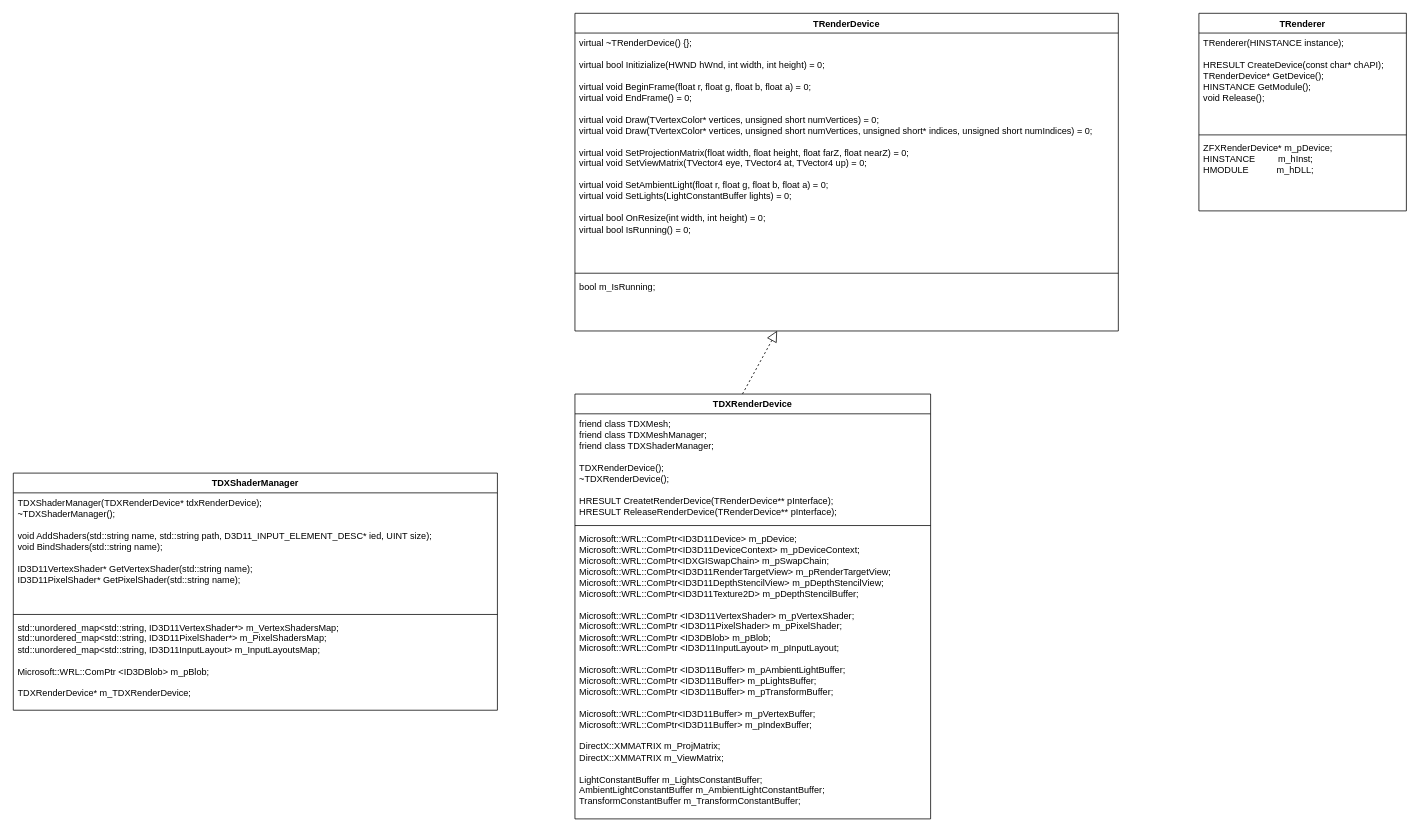
Above: UML/TRenderer(New light).drawio in f1oating/TRender (draw.io), before the change. Source tidied: cells renumbered, new cells numbered last; positions are measured from the earlier drawing's top-left corner, leaving out a move shared by most shapes. Both pictures are drawn from the tidied source at 76%, with x=0, y=0 at pixel (13, 13).
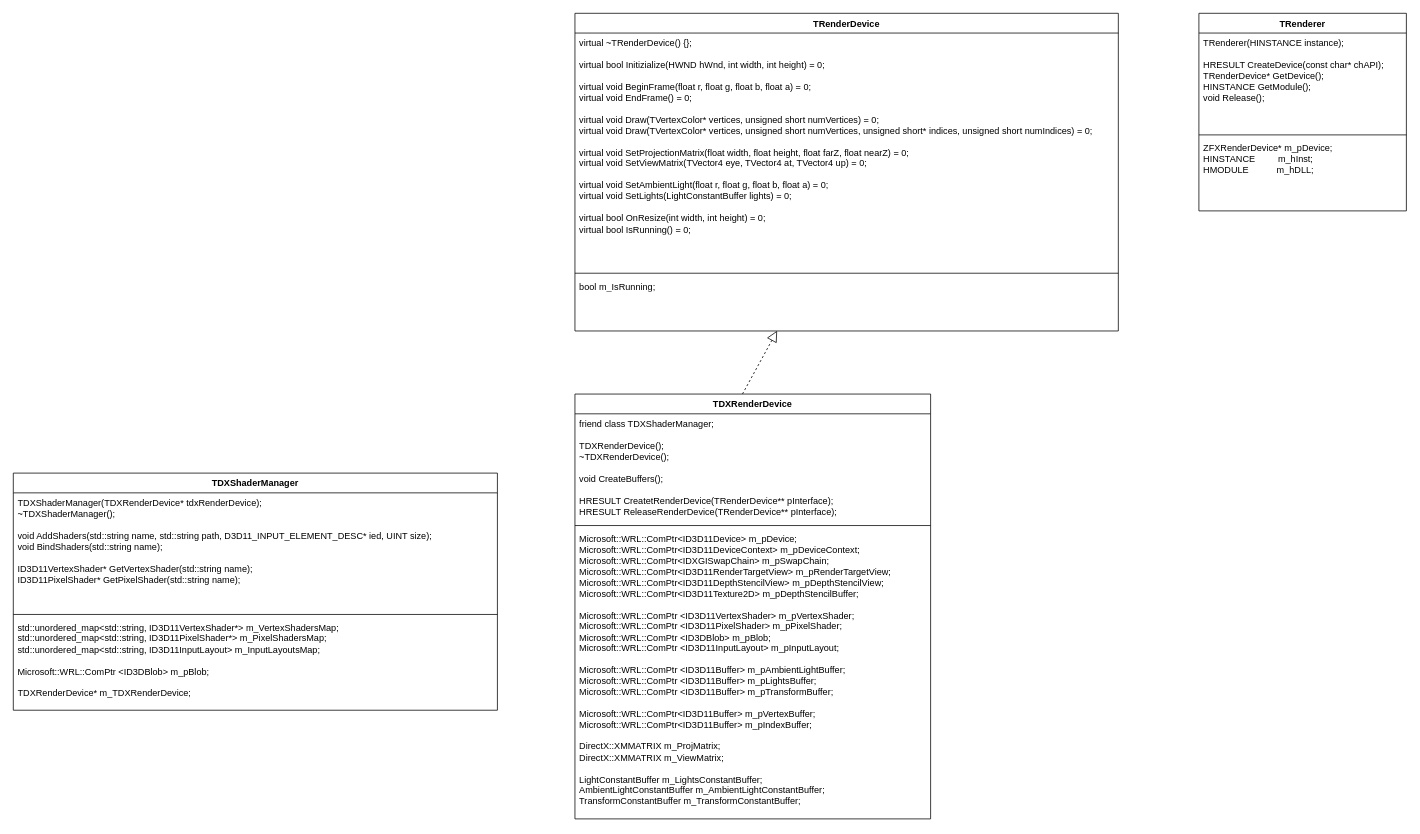
The same diagram, later.

What changed in the source:
```diff
@@
 <mxGraphModel>
   <root>
     <mxCell id="0" />
     <mxCell id="1" parent="0" />
     <mxCell id="2" value="TRenderDevice" style="swimlane;fontStyle=1;align=center;verticalAlign=top;horizontal=1;startSize=26;whiteSpace=wrap;html=1;" parent="1" vertex="1">
       <mxGeometry x="739" width="715" height="418" as="geometry" />
     </mxCell>
     <mxCell id="3" value="&lt;div&gt;virtual ~TRenderDevice() {};&lt;br&gt;&lt;/div&gt;&lt;div&gt;&lt;br&gt;&lt;/div&gt;&lt;div&gt;virtual bool Initizialize(HWND hWnd, int width, int height) = 0;&lt;/div&gt;&lt;div&gt;&lt;br&gt;&lt;/div&gt;&lt;div&gt;virtual void BeginFrame(float r, float g, float b, float a) = 0;&lt;/div&gt;&lt;div&gt;virtual void EndFrame() = 0;&lt;/div&gt;&lt;div&gt;&lt;br&gt;&lt;/div&gt;&lt;div&gt;virtual void Draw(TVertexColor* vertices, unsigned short numVertices) = 0;&lt;br&gt;&lt;/div&gt;&lt;div&gt;virtual void Draw(TVertexColor* vertices, unsigned short numVertices, unsigned short* indices, unsigned short numIndices) = 0;&lt;br&gt;&lt;/div&gt;&lt;div&gt;&lt;br&gt;&lt;/div&gt;&lt;div&gt;virtual void SetProjectionMatrix(float width, float height, float farZ, float nearZ) = 0;&lt;/div&gt;&lt;div&gt;virtual void SetViewMatrix(TVector4 eye, TVector4 at, TVector4 up) = 0;&lt;br&gt;&lt;/div&gt;&lt;div&gt;&lt;br&gt;&lt;/div&gt;&lt;div&gt;virtual void SetAmbientLight(float r, float g, float b, float a) = 0;&lt;/div&gt;&lt;div&gt;virtual void SetLights(LightConstantBuffer lights) = 0;&lt;br&gt;&lt;/div&gt;&lt;div&gt;&lt;br&gt;&lt;/div&gt;&lt;div&gt;virtual bool OnResize(int width, int height) = 0;&lt;/div&gt;&lt;div&gt;virtual bool IsRunning() = 0;&lt;br&gt;&lt;/div&gt;" style="text;strokeColor=none;fillColor=none;align=left;verticalAlign=top;spacingLeft=4;spacingRight=4;overflow=hidden;whiteSpace=wrap;html=1;" parent="2" vertex="1">
       <mxGeometry y="26" width="715" height="312" as="geometry" />
     </mxCell>
     <mxCell id="4" style="line;strokeWidth=1;fillColor=none;align=left;verticalAlign=middle;spacingTop=-1;spacingLeft=3;spacingRight=3;labelPosition=right;strokeColor=inherit;" parent="2" vertex="1">
       <mxGeometry y="338" width="715" height="8" as="geometry" />
     </mxCell>
     <mxCell id="5" value="&lt;div&gt;bool m_IsRunning;&lt;br&gt;&lt;/div&gt;" style="text;strokeColor=none;fillColor=none;align=left;verticalAlign=top;spacingLeft=4;spacingRight=4;overflow=hidden;points=[[0,0.5],[1,0.5]];portConstraint=eastwest;whiteSpace=wrap;html=1;" parent="2" vertex="1">
       <mxGeometry y="346" width="715" height="72" as="geometry" />
     </mxCell>
     <mxCell id="6" style="endArrow=block;dashed=1;endFill=0;endSize=12;html=1;rounded=0;entryX=0.372;entryY=0.997;entryDx=0;entryDy=0;entryPerimeter=0;exitX=0.471;exitY=0;exitDx=0;exitDy=0;exitPerimeter=0;" parent="1" edge="1" source="7" target="5">
       <mxGeometry relative="1" as="geometry" />
     </mxCell>
     <mxCell id="7" value="TDXRenderDevice" style="swimlane;fontStyle=1;align=center;verticalAlign=top;horizontal=1;startSize=26;whiteSpace=wrap;html=1;" parent="1" vertex="1">
       <mxGeometry x="739" y="501" width="468" height="559" as="geometry" />
     </mxCell>
-    <mxCell id="8" value="&lt;div&gt;friend class TDXMesh;&lt;/div&gt;&lt;div&gt;friend class TDXMeshManager;&lt;/div&gt;&lt;div&gt;friend class TDXShaderManager;&lt;br&gt;&lt;/div&gt;&lt;div&gt;&lt;br&gt;&lt;/div&gt;&lt;div&gt;TDXRenderDevice();&lt;/div&gt;&lt;div&gt;~TDXRenderDevice();&lt;/div&gt;&lt;div&gt;&lt;br&gt;&lt;/div&gt;&lt;div&gt;HRESULT CreatetRenderDevice(TRenderDevice** pInterface);&amp;nbsp;&amp;nbsp;&amp;nbsp;&amp;nbsp;&lt;/div&gt;&lt;div&gt;HRESULT ReleaseRenderDevice(TRenderDevice** pInterface);&lt;br&gt;&lt;br&gt;&lt;/div&gt;" style="text;strokeColor=none;fillColor=none;align=left;verticalAlign=top;spacingLeft=4;spacingRight=4;overflow=hidden;whiteSpace=wrap;html=1;" parent="7" vertex="1">
+    <mxCell id="8" value="&lt;div&gt;friend class TDXShaderManager;&lt;br&gt;&lt;/div&gt;&lt;div&gt;&lt;br&gt;&lt;/div&gt;&lt;div&gt;TDXRenderDevice();&lt;/div&gt;&lt;div&gt;~TDXRenderDevice();&lt;/div&gt;&lt;div&gt;&lt;br&gt;&lt;/div&gt;&lt;div&gt;void CreateBuffers();&lt;br&gt;&lt;/div&gt;&lt;div&gt;&lt;br&gt;&lt;/div&gt;&lt;div&gt;HRESULT CreatetRenderDevice(TRenderDevice** pInterface);&amp;nbsp;&amp;nbsp;&amp;nbsp;&amp;nbsp;&lt;/div&gt;&lt;div&gt;HRESULT ReleaseRenderDevice(TRenderDevice** pInterface);&lt;br&gt;&lt;br&gt;&lt;/div&gt;" style="text;strokeColor=none;fillColor=none;align=left;verticalAlign=top;spacingLeft=4;spacingRight=4;overflow=hidden;whiteSpace=wrap;html=1;" parent="7" vertex="1">
       <mxGeometry y="26" width="468" height="143" as="geometry" />
     </mxCell>
     <mxCell id="9" style="line;strokeWidth=1;fillColor=none;align=left;verticalAlign=middle;spacingTop=-1;spacingLeft=3;spacingRight=3;labelPosition=right;strokeColor=inherit;" parent="7" vertex="1">
       <mxGeometry y="169" width="468" height="8" as="geometry" />
     </mxCell>
     <mxCell id="10" value="&lt;div&gt;Microsoft::WRL::ComPtr&amp;lt;ID3D11Device&amp;gt; m_pDevice; Microsoft::WRL::ComPtr&amp;lt;ID3D11DeviceContext&amp;gt; m_pDeviceContext; Microsoft::WRL::ComPtr&amp;lt;IDXGISwapChain&amp;gt; m_pSwapChain; Microsoft::WRL::ComPtr&amp;lt;ID3D11RenderTargetView&amp;gt; m_pRenderTargetView; Microsoft::WRL::ComPtr&amp;lt;ID3D11DepthStencilView&amp;gt; m_pDepthStencilView; Microsoft::WRL::ComPtr&amp;lt;ID3D11Texture2D&amp;gt; m_pDepthStencilBuffer;&lt;/div&gt;&lt;div&gt;&lt;br&gt;&lt;/div&gt;&lt;div&gt;Microsoft::WRL::ComPtr &amp;lt;ID3D11VertexShader&amp;gt; m_pVertexShader;&lt;br&gt;Microsoft::WRL::ComPtr &amp;lt;ID3D11PixelShader&amp;gt; m_pPixelShader;&lt;br&gt;Microsoft::WRL::ComPtr &amp;lt;ID3DBlob&amp;gt; m_pBlob;&lt;br&gt;Microsoft::WRL::ComPtr &amp;lt;ID3D11InputLayout&amp;gt; m_pInputLayout;&lt;br&gt;&lt;/div&gt;&lt;div&gt;&lt;br&gt;&lt;/div&gt;&lt;div&gt;Microsoft::WRL::ComPtr &amp;lt;ID3D11Buffer&amp;gt; m_pAmbientLightBuffer;&lt;/div&gt;&lt;div&gt;Microsoft::WRL::ComPtr &amp;lt;ID3D11Buffer&amp;gt; m_pLightsBuffer;&lt;br&gt;&lt;/div&gt;&lt;div&gt;Microsoft::WRL::ComPtr &amp;lt;ID3D11Buffer&amp;gt; m_pTransformBuffer;&lt;br&gt;&lt;br&gt;Microsoft::WRL::ComPtr&amp;lt;ID3D11Buffer&amp;gt; m_pVertexBuffer;&lt;br&gt;Microsoft::WRL::ComPtr&amp;lt;ID3D11Buffer&amp;gt; m_pIndexBuffer;&lt;br&gt;&lt;/div&gt;&lt;div&gt;&lt;br&gt;&lt;/div&gt;&lt;div&gt;DirectX::XMMATRIX m_ProjMatrix;&lt;br&gt;DirectX::XMMATRIX m_ViewMatrix;&lt;br&gt;&lt;/div&gt;&lt;div&gt;&lt;br&gt;&lt;/div&gt;&lt;div&gt;LightConstantBuffer m_LightsConstantBuffer;&lt;br&gt;AmbientLightConstantBuffer m_AmbientLightConstantBuffer;&lt;br&gt;TransformConstantBuffer m_TransformConstantBuffer;&lt;/div&gt;" style="text;strokeColor=none;fillColor=none;align=left;verticalAlign=top;spacingLeft=4;spacingRight=4;overflow=hidden;whiteSpace=wrap;html=1;" parent="7" vertex="1">
       <mxGeometry y="177" width="468" height="382" as="geometry" />
     </mxCell>
     <mxCell id="11" value="TRenderer" style="swimlane;fontStyle=1;align=center;verticalAlign=top;horizontal=1;startSize=26;whiteSpace=wrap;html=1;" parent="1" vertex="1">
       <mxGeometry x="1560" width="273" height="260" as="geometry" />
     </mxCell>
     <mxCell id="12" value="&lt;div&gt;TRenderer(HINSTANCE instance);&lt;/div&gt;&lt;div&gt;&lt;br&gt;&lt;/div&gt;&lt;div&gt;HRESULT CreateDevice(const char* chAPI);&lt;/div&gt;&lt;div&gt;TRenderDevice* GetDevice();&lt;/div&gt;&lt;div&gt;HINSTANCE GetModule();&lt;/div&gt;&lt;div&gt;void Release();&lt;br&gt;&lt;/div&gt;" style="text;strokeColor=none;fillColor=none;align=left;verticalAlign=top;spacingLeft=4;spacingRight=4;overflow=hidden;whiteSpace=wrap;html=1;" parent="11" vertex="1">
       <mxGeometry y="26" width="273" height="130" as="geometry" />
     </mxCell>
     <mxCell id="13" style="line;strokeWidth=1;fillColor=none;align=left;verticalAlign=middle;spacingTop=-1;spacingLeft=3;spacingRight=3;labelPosition=right;strokeColor=inherit;" parent="11" vertex="1">
       <mxGeometry y="156" width="273" height="8" as="geometry" />
     </mxCell>
     <mxCell id="14" value="ZFXRenderDevice* m_pDevice;&lt;br&gt;HINSTANCE&amp;nbsp;&amp;nbsp;&amp;nbsp;&amp;nbsp;&amp;nbsp;&amp;nbsp;&amp;nbsp;&amp;nbsp; m_hInst;&lt;br&gt;HMODULE&amp;nbsp;&amp;nbsp;&amp;nbsp;&amp;nbsp;&amp;nbsp;&amp;nbsp;&amp;nbsp;&amp;nbsp;&amp;nbsp;&amp;nbsp; m_hDLL;" style="text;strokeColor=none;fillColor=none;align=left;verticalAlign=top;spacingLeft=4;spacingRight=4;overflow=hidden;whiteSpace=wrap;html=1;" parent="11" vertex="1">
       <mxGeometry y="164" width="273" height="96" as="geometry" />
     </mxCell>
     <mxCell id="15" value="TDXShaderManager" style="swimlane;fontStyle=1;align=center;verticalAlign=top;horizontal=1;startSize=26;whiteSpace=wrap;html=1;" parent="1" vertex="1">
       <mxGeometry y="605" width="637" height="312" as="geometry" />
     </mxCell>
     <mxCell id="16" value="&lt;div&gt;TDXShaderManager(TDXRenderDevice* tdxRenderDevice);&lt;/div&gt;&lt;div&gt;~TDXShaderManager();&lt;/div&gt;&lt;div&gt;&lt;br&gt;&lt;/div&gt;&lt;div&gt;void AddShaders(std::string name, std::string path, D3D11_INPUT_ELEMENT_DESC* ied, UINT size);&lt;/div&gt;&lt;div&gt;void BindShaders(std::string name);&lt;br&gt;&lt;/div&gt;&lt;div&gt;&lt;br&gt;&lt;/div&gt;&lt;div&gt;ID3D11VertexShader* GetVertexShader(std::string name);&lt;/div&gt;&lt;div&gt;ID3D11PixelShader* GetPixelShader(std::string name);&lt;/div&gt;" style="text;strokeColor=none;fillColor=none;align=left;verticalAlign=top;spacingLeft=4;spacingRight=4;overflow=hidden;whiteSpace=wrap;html=1;" parent="15" vertex="1">
       <mxGeometry y="26" width="637" height="156" as="geometry" />
     </mxCell>
     <mxCell id="17" style="line;strokeWidth=1;fillColor=none;align=left;verticalAlign=middle;spacingTop=-1;spacingLeft=3;spacingRight=3;labelPosition=right;strokeColor=inherit;" parent="15" vertex="1">
       <mxGeometry y="182" width="637" height="8" as="geometry" />
     </mxCell>
     <mxCell id="18" value="&lt;div&gt;std::unordered_map&amp;lt;std::string, ID3D11VertexShader*&amp;gt; m_VertexShadersMap;&lt;/div&gt;&lt;div&gt;&lt;div&gt;std::unordered_map&amp;lt;std::string, ID3D11PixelShader*&amp;gt; m_PixelShadersMap;&lt;/div&gt;&lt;div&gt;&lt;div&gt;std::unordered_map&amp;lt;std::string, ID3D11InputLayout&amp;gt; m_InputLayoutsMap;&lt;/div&gt;&lt;div&gt;&lt;br&gt;&lt;/div&gt;&lt;div&gt;Microsoft::WRL::ComPtr &amp;lt;ID3DBlob&amp;gt; m_pBlob;&lt;/div&gt;&lt;div&gt;&lt;br&gt;&lt;/div&gt;&lt;div&gt;TDXRenderDevice* m_TDXRenderDevice;&lt;br&gt;&lt;/div&gt;&lt;/div&gt;&lt;/div&gt;" style="text;strokeColor=none;fillColor=none;align=left;verticalAlign=top;spacingLeft=4;spacingRight=4;overflow=hidden;whiteSpace=wrap;html=1;" parent="15" vertex="1">
       <mxGeometry y="190" width="637" height="122" as="geometry" />
     </mxCell>
   </root>
 </mxGraphModel>
```
